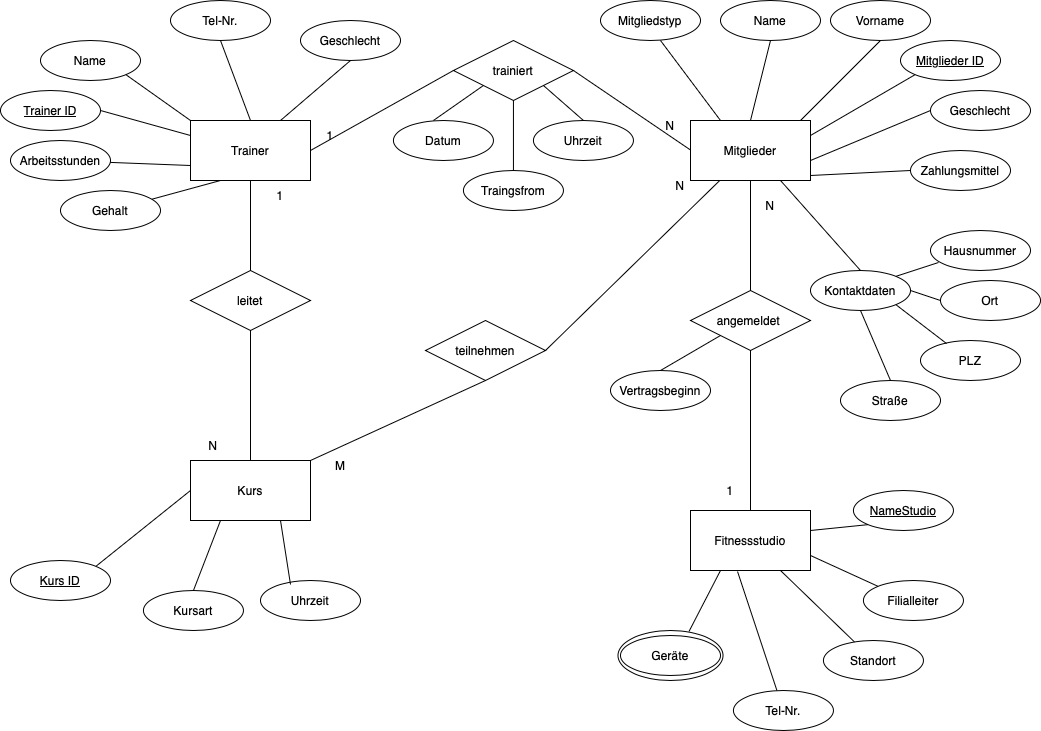
The draw.io diagram ERD_ErsterEntwurf.drawio.png in Mohamad-1311/Gym-Datenbank, before a commit. Source tidied: cells renumbered, new cells last; positions are measured from the earlier drawing's top-left corner, leaving out a move shared by most shapes.
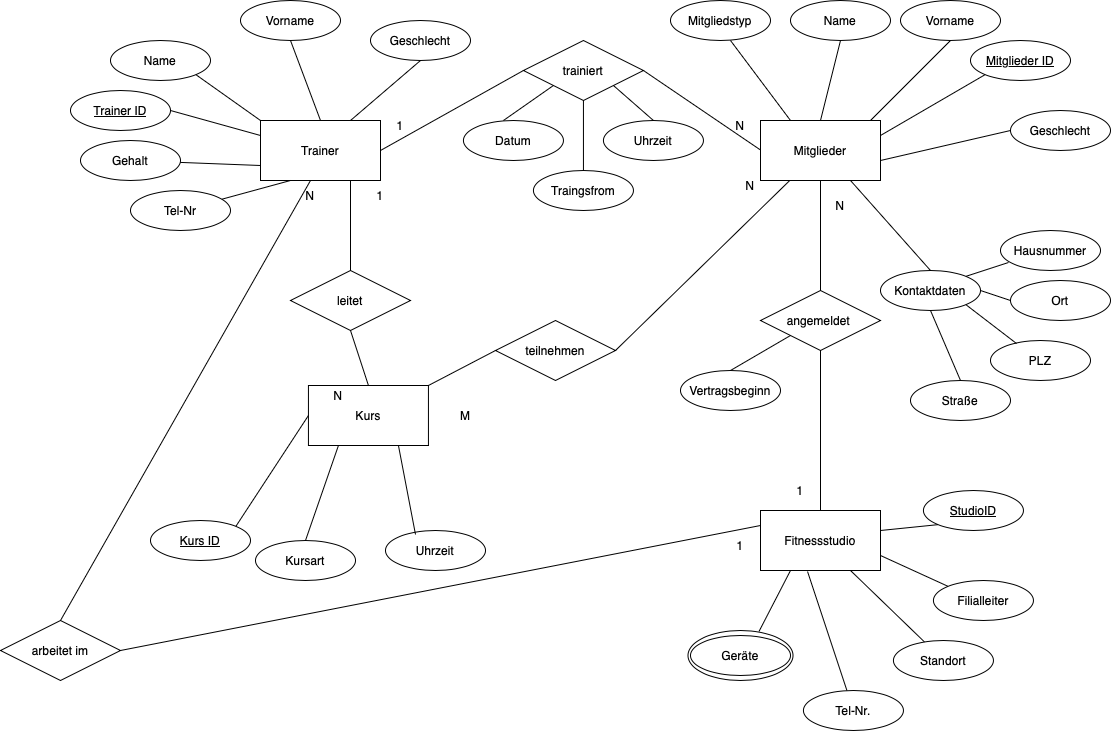
Above is the later version.

Diff of the diagram source:
```diff
@@ -9,10 +9,12 @@
       <mxGeometry x="690" y="120" width="120" height="60" as="geometry" />
     </mxCell>
     <mxCell id="4" value="leitet" style="shape=rhombus;perimeter=rhombusPerimeter;whiteSpace=wrap;html=1;align=center;" parent="1" vertex="1">
-      <mxGeometry x="190" y="270" width="120" height="60" as="geometry" />
+      <mxGeometry x="220" y="270" width="120" height="60" as="geometry" />
     </mxCell>
-    <mxCell id="5" style="endArrow=none;html=1;rounded=0;entryX=0.5;entryY=1;entryDx=0;entryDy=0;exitX=0.5;exitY=0;exitDx=0;exitDy=0;" parent="1" edge="1" source="4" target="2">
-      <mxGeometry relative="1" as="geometry" />
+    <mxCell id="5" style="endArrow=none;html=1;rounded=0;entryX=0.5;entryY=0;entryDx=0;entryDy=0;exitX=0.5;exitY=0;exitDx=0;exitDy=0;" parent="1" edge="1" source="4">
+      <mxGeometry relative="1" as="geometry">
+        <mxPoint x="280" y="180" as="targetPoint" />
+      </mxGeometry>
     </mxCell>
     <mxCell id="6" value="Trainer ID" style="ellipse;whiteSpace=wrap;html=1;align=center;fontStyle=4;" parent="1" vertex="1">
       <mxGeometry y="90" width="100" height="40" as="geometry" />
@@ -20,7 +22,7 @@
     <mxCell id="7" value="Mitglieder ID" style="ellipse;whiteSpace=wrap;html=1;align=center;fontStyle=4;" parent="1" vertex="1">
       <mxGeometry x="900" y="40" width="100" height="40" as="geometry" />
     </mxCell>
-    <mxCell id="8" value="Tel-Nr." style="ellipse;whiteSpace=wrap;html=1;align=center;" parent="1" vertex="1">
+    <mxCell id="8" value="Vorname" style="ellipse;whiteSpace=wrap;html=1;align=center;" parent="1" vertex="1">
       <mxGeometry x="170" width="100" height="40" as="geometry" />
     </mxCell>
     <mxCell id="9" value="Name" style="ellipse;whiteSpace=wrap;html=1;align=center;" parent="1" vertex="1">
@@ -29,7 +31,7 @@
     <mxCell id="10" value="Geschlecht" style="ellipse;whiteSpace=wrap;html=1;align=center;" parent="1" vertex="1">
       <mxGeometry x="300" y="20" width="100" height="40" as="geometry" />
     </mxCell>
-    <mxCell id="11" value="Arbeitsstunden" style="ellipse;whiteSpace=wrap;html=1;align=center;" parent="1" vertex="1">
+    <mxCell id="11" value="Gehalt" style="ellipse;whiteSpace=wrap;html=1;align=center;" parent="1" vertex="1">
       <mxGeometry x="10" y="140" width="100" height="40" as="geometry" />
     </mxCell>
     <mxCell id="12" value="trainiert" style="shape=rhombus;perimeter=rhombusPerimeter;whiteSpace=wrap;html=1;align=center;" parent="1" vertex="1">
@@ -58,7 +60,7 @@
       <mxGeometry x="810" y="270" width="100" height="40" as="geometry" />
     </mxCell>
     <mxCell id="19" value="Geschlecht" style="ellipse;whiteSpace=wrap;html=1;align=center;" parent="1" vertex="1">
-      <mxGeometry x="930" y="90" width="100" height="40" as="geometry" />
+      <mxGeometry x="940" y="110" width="100" height="40" as="geometry" />
     </mxCell>
     <mxCell id="20" value="Vorname" style="ellipse;whiteSpace=wrap;html=1;align=center;" parent="1" vertex="1">
       <mxGeometry x="830" width="100" height="40" as="geometry" />
@@ -66,9 +68,6 @@
     <mxCell id="21" value="Name" style="ellipse;whiteSpace=wrap;html=1;align=center;" parent="1" vertex="1">
       <mxGeometry x="720" width="100" height="40" as="geometry" />
     </mxCell>
-    <mxCell id="22" value="Zahlungsmittel" style="ellipse;whiteSpace=wrap;html=1;align=center;" parent="1" vertex="1">
-      <mxGeometry x="910" y="150" width="100" height="40" as="geometry" />
-    </mxCell>
     <mxCell id="23" value="Mitgliedstyp" style="ellipse;whiteSpace=wrap;html=1;align=center;" parent="1" vertex="1">
       <mxGeometry x="600" width="100" height="40" as="geometry" />
     </mxCell>
@@ -145,11 +144,6 @@
         <mxPoint x="810" y="160" as="sourcePoint" />
       </mxGeometry>
     </mxCell>
-    <mxCell id="45" style="endArrow=none;html=1;rounded=0;entryX=0;entryY=0.5;entryDx=0;entryDy=0;exitX=0.5;exitY=0;exitDx=0;exitDy=0;" parent="1" edge="1" target="22">
-      <mxGeometry relative="1" as="geometry">
-        <mxPoint x="810" y="175" as="sourcePoint" />
-      </mxGeometry>
-    </mxCell>
     <mxCell id="46" style="endArrow=none;html=1;rounded=0;exitX=1;exitY=0;exitDx=0;exitDy=0;entryX=0.08;entryY=0.8;entryDx=0;entryDy=0;entryPerimeter=0;" parent="1" edge="1" source="18" target="26">
       <mxGeometry relative="1" as="geometry" />
     </mxCell>
@@ -162,14 +156,14 @@
     <mxCell id="49" style="endArrow=none;html=1;rounded=0;exitX=0.5;exitY=0;exitDx=0;exitDy=0;entryX=0.75;entryY=1;entryDx=0;entryDy=0;" parent="1" edge="1" source="18" target="3">
       <mxGeometry relative="1" as="geometry" />
     </mxCell>
-    <mxCell id="50" value="Gehalt" style="ellipse;whiteSpace=wrap;html=1;align=center;" parent="1" vertex="1">
+    <mxCell id="50" value="Tel-Nr" style="ellipse;whiteSpace=wrap;html=1;align=center;" parent="1" vertex="1">
       <mxGeometry x="60" y="190" width="100" height="40" as="geometry" />
     </mxCell>
     <mxCell id="51" style="endArrow=none;html=1;rounded=0;entryX=0.25;entryY=1;entryDx=0;entryDy=0;" parent="1" edge="1" source="50" target="2">
       <mxGeometry relative="1" as="geometry" />
     </mxCell>
     <mxCell id="52" value="1" style="text;html=1;strokeColor=none;fillColor=none;align=center;verticalAlign=middle;whiteSpace=wrap;rounded=0;" parent="1" vertex="1">
-      <mxGeometry x="300" y="120" width="60" height="30" as="geometry" />
+      <mxGeometry x="300" y="110" width="60" height="30" as="geometry" />
     </mxCell>
     <mxCell id="53" value="N" style="text;html=1;strokeColor=none;fillColor=none;align=center;verticalAlign=middle;whiteSpace=wrap;rounded=0;" parent="1" vertex="1">
       <mxGeometry x="740" y="190" width="60" height="30" as="geometry" />
@@ -177,17 +171,17 @@
     <mxCell id="54" value="N" style="text;html=1;strokeColor=none;fillColor=none;align=center;verticalAlign=middle;whiteSpace=wrap;rounded=0;" parent="1" vertex="1">
       <mxGeometry x="640" y="110" width="60" height="30" as="geometry" />
     </mxCell>
-    <mxCell id="55" value="1" style="text;html=1;strokeColor=none;fillColor=none;align=center;verticalAlign=middle;whiteSpace=wrap;rounded=0;" parent="1" vertex="1">
-      <mxGeometry x="250" y="180" width="60" height="30" as="geometry" />
+    <mxCell id="55" value="N" style="text;html=1;strokeColor=none;fillColor=none;align=center;verticalAlign=middle;whiteSpace=wrap;rounded=0;" parent="1" vertex="1">
+      <mxGeometry x="210" y="180" width="60" height="30" as="geometry" />
     </mxCell>
     <mxCell id="56" value="Kurs" style="rounded=0;whiteSpace=wrap;html=1;" parent="1" vertex="1">
-      <mxGeometry x="190" y="460" width="120" height="60" as="geometry" />
+      <mxGeometry x="237.9" y="385" width="120" height="60" as="geometry" />
     </mxCell>
     <mxCell id="57" value="Kursart" style="ellipse;whiteSpace=wrap;html=1;align=center;" parent="1" vertex="1">
-      <mxGeometry x="142.9" y="590" width="100" height="40" as="geometry" />
+      <mxGeometry x="185" y="540" width="100" height="40" as="geometry" />
     </mxCell>
     <mxCell id="58" value="Uhrzeit" style="ellipse;whiteSpace=wrap;html=1;align=center;" parent="1" vertex="1">
-      <mxGeometry x="260" y="580" width="100" height="40" as="geometry" />
+      <mxGeometry x="315" y="530" width="100" height="40" as="geometry" />
     </mxCell>
     <mxCell id="59" style="endArrow=none;html=1;rounded=0;entryX=0.25;entryY=1;entryDx=0;entryDy=0;exitX=0.5;exitY=0;exitDx=0;exitDy=0;" parent="1" edge="1" source="57" target="56">
       <mxGeometry relative="1" as="geometry" />
@@ -199,10 +193,10 @@
       <mxGeometry relative="1" as="geometry" />
     </mxCell>
     <mxCell id="62" value="Kurs ID" style="ellipse;whiteSpace=wrap;html=1;align=center;fontStyle=4;" parent="1" vertex="1">
-      <mxGeometry x="10" y="560" width="100" height="40" as="geometry" />
+      <mxGeometry x="80" y="520" width="100" height="40" as="geometry" />
     </mxCell>
     <mxCell id="63" value="N" style="text;html=1;strokeColor=none;fillColor=none;align=center;verticalAlign=middle;whiteSpace=wrap;rounded=0;" parent="1" vertex="1">
-      <mxGeometry x="182.9" y="430" width="60" height="30" as="geometry" />
+      <mxGeometry x="237.9" y="380" width="60" height="30" as="geometry" />
     </mxCell>
     <mxCell id="64" value="Fitnessstudio" style="rounded=0;whiteSpace=wrap;html=1;" parent="1" vertex="1">
       <mxGeometry x="690" y="510" width="120" height="60" as="geometry" />
@@ -219,7 +213,7 @@
     <mxCell id="68" value="Tel-Nr." style="ellipse;whiteSpace=wrap;html=1;align=center;" parent="1" vertex="1">
       <mxGeometry x="732.9" y="690" width="100" height="40" as="geometry" />
     </mxCell>
-    <mxCell id="69" value="NameStudio" style="ellipse;whiteSpace=wrap;html=1;align=center;fontStyle=4;" parent="1" vertex="1">
+    <mxCell id="69" value="StudioID" style="ellipse;whiteSpace=wrap;html=1;align=center;fontStyle=4;" parent="1" vertex="1">
       <mxGeometry x="852.9" y="490" width="100" height="40" as="geometry" />
     </mxCell>
     <mxCell id="70" style="endArrow=none;html=1;rounded=0;entryX=0.392;entryY=1.017;entryDx=0;entryDy=0;entryPerimeter=0;" parent="1" edge="1" source="68" target="64">
@@ -246,14 +240,14 @@
     <mxCell id="77" value="teilnehmen" style="shape=rhombus;perimeter=rhombusPerimeter;whiteSpace=wrap;html=1;align=center;" parent="1" vertex="1">
       <mxGeometry x="425" y="320" width="120" height="60" as="geometry" />
     </mxCell>
-    <mxCell id="78" style="endArrow=none;html=1;rounded=0;entryX=0.5;entryY=1;entryDx=0;entryDy=0;exitX=1;exitY=0;exitDx=0;exitDy=0;" parent="1" edge="1" source="56" target="77">
+    <mxCell id="78" style="endArrow=none;html=1;rounded=0;entryX=0;entryY=0.5;entryDx=0;entryDy=0;exitX=1;exitY=0;exitDx=0;exitDy=0;" parent="1" edge="1" source="56" target="77">
       <mxGeometry relative="1" as="geometry" />
     </mxCell>
     <mxCell id="79" style="endArrow=none;html=1;rounded=0;exitX=1;exitY=0.5;exitDx=0;exitDy=0;" parent="1" edge="1" source="77" target="3">
       <mxGeometry relative="1" as="geometry" />
     </mxCell>
     <mxCell id="80" value="M" style="text;html=1;strokeColor=none;fillColor=none;align=center;verticalAlign=middle;whiteSpace=wrap;rounded=0;" parent="1" vertex="1">
-      <mxGeometry x="310" y="450" width="60" height="30" as="geometry" />
+      <mxGeometry x="365" y="400" width="60" height="30" as="geometry" />
     </mxCell>
     <mxCell id="81" value="N" style="text;html=1;strokeColor=none;fillColor=none;align=center;verticalAlign=middle;whiteSpace=wrap;rounded=0;" parent="1" vertex="1">
       <mxGeometry x="650" y="170" width="60" height="30" as="geometry" />
@@ -269,5 +263,22 @@
     <mxCell id="84" style="endArrow=none;html=1;rounded=0;entryX=0.5;entryY=0;entryDx=0;entryDy=0;exitX=0;exitY=1;exitDx=0;exitDy=0;" parent="1" edge="1" source="29" target="83">
       <mxGeometry relative="1" as="geometry" />
     </mxCell>
+    <mxCell id="85" value="1" style="text;html=1;strokeColor=none;fillColor=none;align=center;verticalAlign=middle;whiteSpace=wrap;rounded=0;" parent="1" vertex="1">
+      <mxGeometry x="640" y="530" width="60" height="30" as="geometry" />
+    </mxCell>
+    <mxCell id="86" value="arbeitet im" style="shape=rhombus;perimeter=rhombusPerimeter;whiteSpace=wrap;html=1;align=center;" parent="1" vertex="1">
+      <mxGeometry x="-70" y="620" width="120" height="60" as="geometry" />
+    </mxCell>
+    <mxCell id="87" style="endArrow=none;html=1;rounded=0;entryX=0;entryY=0.25;entryDx=0;entryDy=0;exitX=1;exitY=0.5;exitDx=0;exitDy=0;" parent="1" edge="1" source="86" target="64">
+      <mxGeometry relative="1" as="geometry" />
+    </mxCell>
+    <mxCell id="88" style="endArrow=none;html=1;rounded=0;entryX=0.5;entryY=0;entryDx=0;entryDy=0;" parent="1" edge="1" target="86">
+      <mxGeometry relative="1" as="geometry">
+        <mxPoint x="240" y="180" as="sourcePoint" />
+      </mxGeometry>
+    </mxCell>
+    <mxCell id="89" value="1" style="text;html=1;strokeColor=none;fillColor=none;align=center;verticalAlign=middle;whiteSpace=wrap;rounded=0;" parent="1" vertex="1">
+      <mxGeometry x="280" y="180" width="60" height="30" as="geometry" />
+    </mxCell>
   </root>
 </mxGraphModel>
```
